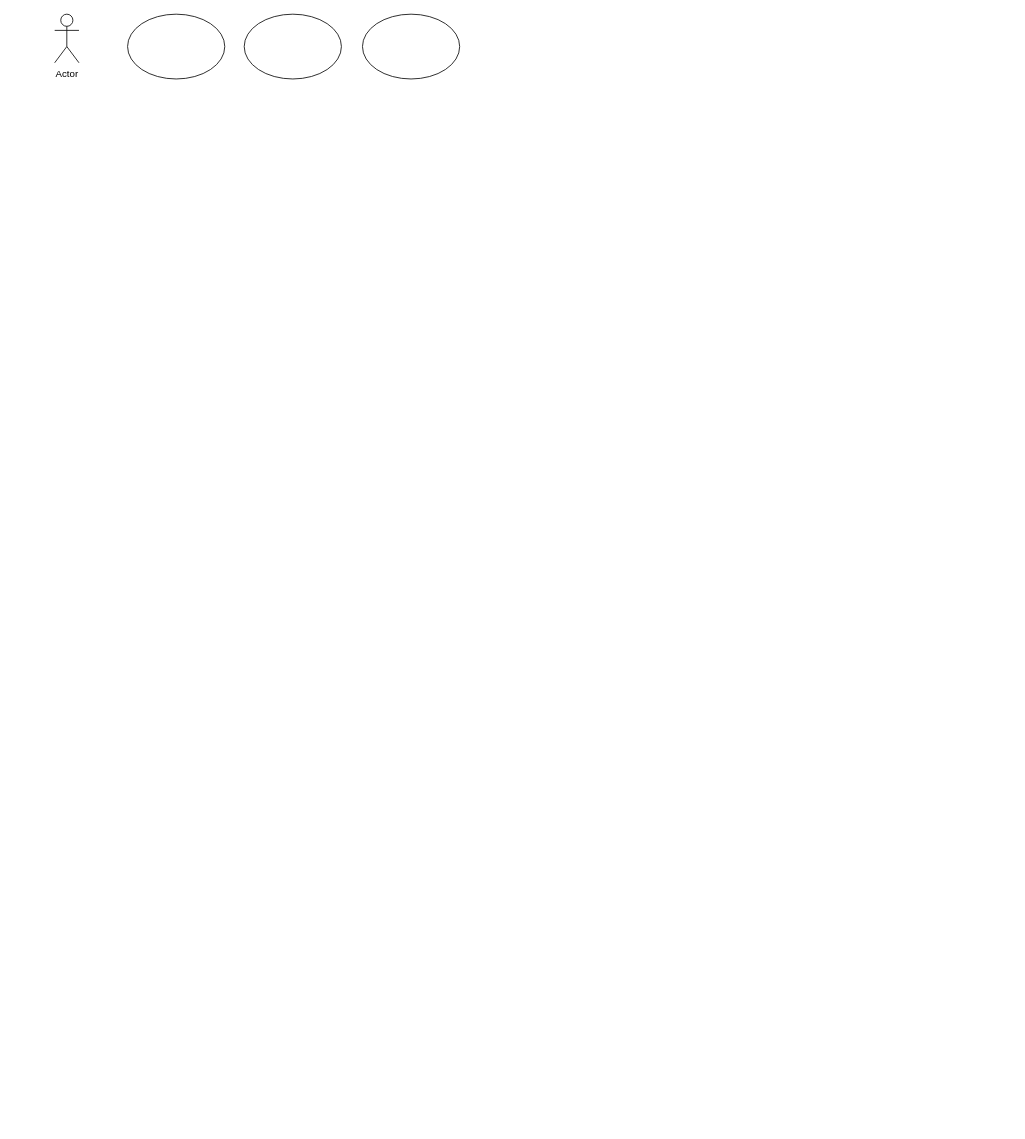
The draw.io diagram ortps_4_2.drawio in danaddi/draw.io, before the edit. Source tidied: cells renumbered, new cells numbered last; positions are measured from the earlier drawing's top-left corner, leaving out a move shared by most shapes. Both pictures are drawn from the tidied source at 81%, with x=0, y=0 at pixel (54, 14).
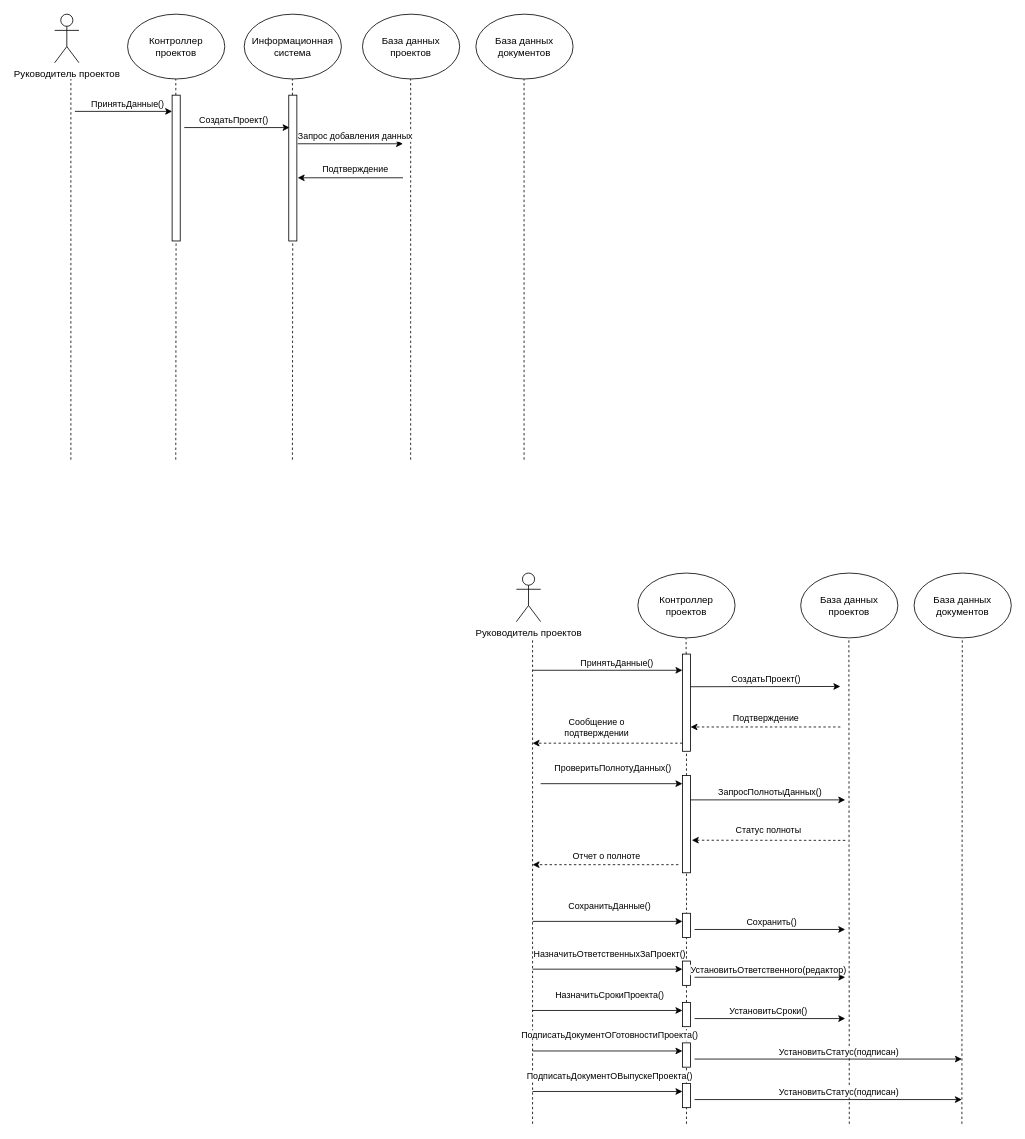
Above is the later version.

What changed in the source:
```diff
@@
-    <mxCell id="2" value="Actor" style="shape=umlActor;verticalLabelPosition=bottom;verticalAlign=top;html=1;" parent="1" vertex="1">
+    <mxCell id="2" value="Руководитель проектов" style="shape=umlActor;verticalLabelPosition=bottom;verticalAlign=top;html=1;" parent="1" vertex="1">
       <mxGeometry width="30" height="60" as="geometry" />
     </mxCell>
-    <mxCell id="3" style="ellipse;whiteSpace=wrap;html=1;" parent="1" vertex="1">
+    <mxCell id="3" value="Контроллер проектов" style="ellipse;whiteSpace=wrap;html=1;" parent="1" vertex="1">
       <mxGeometry x="90" width="120" height="80" as="geometry" />
     </mxCell>
-    <mxCell id="4" style="ellipse;whiteSpace=wrap;html=1;" parent="1" vertex="1">
+    <mxCell id="4" value="Информационная система" style="ellipse;whiteSpace=wrap;html=1;" parent="1" vertex="1">
       <mxGeometry x="234" width="120" height="80" as="geometry" />
     </mxCell>
-    <mxCell id="5" style="ellipse;whiteSpace=wrap;html=1;" parent="1" vertex="1">
+    <mxCell id="5" value="База данных проектов" style="ellipse;whiteSpace=wrap;html=1;" parent="1" vertex="1">
       <mxGeometry x="380" width="120" height="80" as="geometry" />
     </mxCell>
+    <mxCell id="6" style="endArrow=none;dashed=1;html=1;rounded=0;" parent="1" edge="1">
+      <mxGeometry relative="1" as="geometry">
+        <mxPoint x="20" y="550" as="sourcePoint" />
+        <mxPoint x="20" y="80" as="targetPoint" />
+      </mxGeometry>
+    </mxCell>
+    <mxCell id="7" style="endArrow=none;dashed=1;html=1;rounded=0;" parent="1" edge="1" source="19">
+      <mxGeometry relative="1" as="geometry">
+        <mxPoint x="149.5" y="80" as="targetPoint" />
+      </mxGeometry>
+    </mxCell>
+    <mxCell id="8" style="endArrow=none;dashed=1;html=1;rounded=0;" parent="1" edge="1" source="21">
+      <mxGeometry relative="1" as="geometry">
+        <mxPoint x="293.5" y="80" as="targetPoint" />
+      </mxGeometry>
+    </mxCell>
+    <mxCell id="9" style="endArrow=none;dashed=1;html=1;rounded=0;" parent="1" edge="1">
+      <mxGeometry relative="1" as="geometry">
+        <mxPoint x="439.5" y="550" as="sourcePoint" />
+        <mxPoint x="439.5" y="80" as="targetPoint" />
+      </mxGeometry>
+    </mxCell>
+    <mxCell id="10" style="endArrow=classic;html=1;rounded=0;" parent="1" edge="1">
+      <mxGeometry relative="1" as="geometry">
+        <mxPoint x="25" y="120" as="sourcePoint" />
+        <mxPoint x="145" y="120" as="targetPoint" />
+      </mxGeometry>
+    </mxCell>
+    <mxCell id="11" value="ПринятьДанные()" style="edgeLabel;html=1;align=center;verticalAlign=middle;" parent="10" vertex="1">
+      <mxGeometry x="0.21" relative="1" as="geometry">
+        <mxPoint x="-9" y="-10" as="offset" />
+      </mxGeometry>
+    </mxCell>
+    <mxCell id="12" style="endArrow=classic;html=1;rounded=0;" parent="1" edge="1">
+      <mxGeometry relative="1" as="geometry">
+        <mxPoint x="160" y="140" as="sourcePoint" />
+        <mxPoint x="290" y="140" as="targetPoint" />
+      </mxGeometry>
+    </mxCell>
+    <mxCell id="13" value="СоздатьПроект()" style="edgeLabel;html=1;align=center;verticalAlign=middle;" parent="12" vertex="1">
+      <mxGeometry x="0.21" relative="1" as="geometry">
+        <mxPoint x="-19" y="-10" as="offset" />
+      </mxGeometry>
+    </mxCell>
+    <mxCell id="14" style="endArrow=classic;html=1;rounded=0;" parent="1" edge="1">
+      <mxGeometry relative="1" as="geometry">
+        <mxPoint x="300" y="160" as="sourcePoint" />
+        <mxPoint x="430" y="160" as="targetPoint" />
+      </mxGeometry>
+    </mxCell>
+    <mxCell id="15" value="Запрос добавления данных" style="edgeLabel;html=1;align=center;verticalAlign=middle;" parent="14" vertex="1">
+      <mxGeometry x="0.21" relative="1" as="geometry">
+        <mxPoint x="-9" y="-10" as="offset" />
+      </mxGeometry>
+    </mxCell>
+    <mxCell id="16" style="endArrow=classic;html=1;rounded=0;" parent="1" edge="1">
+      <mxGeometry relative="1" as="geometry">
+        <mxPoint x="430" y="202" as="sourcePoint" />
+        <mxPoint x="300" y="202" as="targetPoint" />
+      </mxGeometry>
+    </mxCell>
+    <mxCell id="17" value="Подтверждение" style="edgeLabel;html=1;align=center;verticalAlign=middle;" parent="16" vertex="1">
+      <mxGeometry x="0.21" relative="1" as="geometry">
+        <mxPoint x="19" y="-12" as="offset" />
+      </mxGeometry>
+    </mxCell>
+    <mxCell id="18" style="endArrow=none;dashed=1;html=1;rounded=0;" parent="1" edge="1" target="19">
+      <mxGeometry relative="1" as="geometry">
+        <mxPoint x="149.5" y="550" as="sourcePoint" />
+      </mxGeometry>
+    </mxCell>
+    <mxCell id="19" style="rounded=0;whiteSpace=wrap;html=1;" parent="1" vertex="1">
+      <mxGeometry x="145" y="100" width="10" height="180" as="geometry" />
+    </mxCell>
+    <mxCell id="20" style="endArrow=none;dashed=1;html=1;rounded=0;" parent="1" edge="1" target="21">
+      <mxGeometry relative="1" as="geometry">
+        <mxPoint x="293.5" y="550" as="sourcePoint" />
+      </mxGeometry>
+    </mxCell>
+    <mxCell id="21" style="rounded=0;whiteSpace=wrap;html=1;" parent="1" vertex="1">
+      <mxGeometry x="289" y="100" width="10" height="180" as="geometry" />
+    </mxCell>
+    <mxCell id="22" value="База данных документов" style="ellipse;whiteSpace=wrap;html=1;" parent="1" vertex="1">
+      <mxGeometry x="520" width="120" height="80" as="geometry" />
+    </mxCell>
+    <mxCell id="23" style="endArrow=none;dashed=1;html=1;rounded=0;" parent="1" edge="1">
+      <mxGeometry relative="1" as="geometry">
+        <mxPoint x="579.5" y="550" as="sourcePoint" />
+        <mxPoint x="579.5" y="80" as="targetPoint" />
+      </mxGeometry>
+    </mxCell>
+    <mxCell id="24" value="Руководитель проектов" style="shape=umlActor;verticalLabelPosition=bottom;verticalAlign=top;html=1;" parent="1" vertex="1">
+      <mxGeometry x="570" y="690" width="30" height="60" as="geometry" />
+    </mxCell>
+    <mxCell id="25" value="Контроллер проектов" style="ellipse;whiteSpace=wrap;html=1;" parent="1" vertex="1">
+      <mxGeometry x="720" y="690" width="120" height="80" as="geometry" />
+    </mxCell>
+    <mxCell id="26" value="База данных проектов" style="ellipse;whiteSpace=wrap;html=1;" parent="1" vertex="1">
+      <mxGeometry x="921" y="690" width="120" height="80" as="geometry" />
+    </mxCell>
+    <mxCell id="27" style="endArrow=none;dashed=1;html=1;rounded=0;" parent="1" edge="1">
+      <mxGeometry relative="1" as="geometry">
+        <mxPoint x="590" y="1370" as="sourcePoint" />
+        <mxPoint x="590" y="770" as="targetPoint" />
+      </mxGeometry>
+    </mxCell>
+    <mxCell id="28" style="endArrow=none;dashed=1;html=1;rounded=0;" parent="1" edge="1" source="37">
+      <mxGeometry relative="1" as="geometry">
+        <mxPoint x="779.5" y="770" as="targetPoint" />
+      </mxGeometry>
+    </mxCell>
+    <mxCell id="29" style="endArrow=none;dashed=1;html=1;rounded=0;" parent="1" edge="1">
+      <mxGeometry relative="1" as="geometry">
+        <mxPoint x="981" y="1370" as="sourcePoint" />
+        <mxPoint x="980.5" y="770" as="targetPoint" />
+      </mxGeometry>
+    </mxCell>
+    <mxCell id="30" style="endArrow=classic;html=1;rounded=0;" parent="1" edge="1">
+      <mxGeometry relative="1" as="geometry">
+        <mxPoint x="590" y="810" as="sourcePoint" />
+        <mxPoint x="775" y="810" as="targetPoint" />
+      </mxGeometry>
+    </mxCell>
+    <mxCell id="31" value="ПринятьДанные()" style="edgeLabel;html=1;align=center;verticalAlign=middle;" parent="30" vertex="1">
+      <mxGeometry x="0.21" relative="1" as="geometry">
+        <mxPoint x="-9" y="-10" as="offset" />
+      </mxGeometry>
+    </mxCell>
+    <mxCell id="32" style="endArrow=classic;html=1;rounded=0;exitX=0.989;exitY=0.336;exitDx=0;exitDy=0;exitPerimeter=0;" parent="1" edge="1" source="37">
+      <mxGeometry relative="1" as="geometry">
+        <mxPoint x="970" y="830" as="targetPoint" />
+      </mxGeometry>
+    </mxCell>
+    <mxCell id="33" value="СоздатьПроект()" style="edgeLabel;html=1;align=center;verticalAlign=middle;" parent="32" vertex="1">
+      <mxGeometry x="0.21" relative="1" as="geometry">
+        <mxPoint x="-19" y="-10" as="offset" />
+      </mxGeometry>
+    </mxCell>
+    <mxCell id="34" style="endArrow=classic;html=1;rounded=0;dashed=1;entryX=1;entryY=0.75;entryDx=0;entryDy=0;" parent="1" edge="1" target="37">
+      <mxGeometry relative="1" as="geometry">
+        <mxPoint x="970" y="880" as="sourcePoint" />
+      </mxGeometry>
+    </mxCell>
+    <mxCell id="35" value="Подтверждение" style="edgeLabel;html=1;align=center;verticalAlign=middle;" parent="34" vertex="1">
+      <mxGeometry x="0.21" relative="1" as="geometry">
+        <mxPoint x="19" y="-12" as="offset" />
+      </mxGeometry>
+    </mxCell>
+    <mxCell id="36" style="endArrow=none;dashed=1;html=1;rounded=0;" parent="1" edge="1" source="43" target="37">
+      <mxGeometry relative="1" as="geometry" />
+    </mxCell>
+    <mxCell id="37" style="rounded=0;whiteSpace=wrap;html=1;" parent="1" vertex="1">
+      <mxGeometry x="775" y="790" width="10" height="120" as="geometry" />
+    </mxCell>
+    <mxCell id="38" value="База данных документов" style="ellipse;whiteSpace=wrap;html=1;" parent="1" vertex="1">
+      <mxGeometry x="1061" y="690" width="120" height="80" as="geometry" />
+    </mxCell>
+    <mxCell id="39" style="endArrow=none;dashed=1;html=1;rounded=0;" parent="1" edge="1">
+      <mxGeometry relative="1" as="geometry">
+        <mxPoint x="1120" y="1370" as="sourcePoint" />
+        <mxPoint x="1120.5" y="770" as="targetPoint" />
+      </mxGeometry>
+    </mxCell>
+    <mxCell id="40" style="endArrow=classic;html=1;rounded=0;" parent="1" edge="1">
+      <mxGeometry relative="1" as="geometry">
+        <mxPoint x="600" y="950" as="sourcePoint" />
+        <mxPoint x="775" y="950" as="targetPoint" />
+      </mxGeometry>
+    </mxCell>
+    <mxCell id="41" value="ПроверитьПолнотуДанных()" style="edgeLabel;html=1;align=center;verticalAlign=middle;" parent="40" vertex="1">
+      <mxGeometry x="0.21" relative="1" as="geometry">
+        <mxPoint x="-18" y="-20" as="offset" />
+      </mxGeometry>
+    </mxCell>
+    <mxCell id="42" style="endArrow=none;dashed=1;html=1;rounded=0;" parent="1" edge="1" target="43">
+      <mxGeometry relative="1" as="geometry">
+        <mxPoint x="780" y="1370" as="sourcePoint" />
+      </mxGeometry>
+    </mxCell>
+    <mxCell id="43" style="rounded=0;whiteSpace=wrap;html=1;" parent="1" vertex="1">
+      <mxGeometry x="775" y="940" width="10" height="120" as="geometry" />
+    </mxCell>
+    <mxCell id="44" style="endArrow=classic;html=1;rounded=0;exitX=1;exitY=0.25;exitDx=0;exitDy=0;" parent="1" edge="1" source="43">
+      <mxGeometry relative="1" as="geometry">
+        <mxPoint x="976" y="970" as="targetPoint" />
+      </mxGeometry>
+    </mxCell>
+    <mxCell id="45" value="ЗапросПолнотыДанных()" style="edgeLabel;html=1;align=center;verticalAlign=middle;" parent="44" vertex="1">
+      <mxGeometry x="0.21" relative="1" as="geometry">
+        <mxPoint x="-19" y="-10" as="offset" />
+      </mxGeometry>
+    </mxCell>
+    <mxCell id="46" style="endArrow=classic;html=1;rounded=0;dashed=1;" parent="1" edge="1">
+      <mxGeometry relative="1" as="geometry">
+        <mxPoint x="770" y="1050" as="sourcePoint" />
+        <mxPoint x="590" y="1050" as="targetPoint" />
+      </mxGeometry>
+    </mxCell>
+    <mxCell id="47" value="Отчет о полноте" style="edgeLabel;html=1;align=center;verticalAlign=middle;" parent="46" vertex="1">
+      <mxGeometry x="0.21" relative="1" as="geometry">
+        <mxPoint x="19" y="-12" as="offset" />
+      </mxGeometry>
+    </mxCell>
+    <mxCell id="48" style="endArrow=classic;html=1;rounded=0;dashed=1;entryX=1.158;entryY=0.665;entryDx=0;entryDy=0;entryPerimeter=0;" parent="1" edge="1" target="43">
+      <mxGeometry relative="1" as="geometry">
+        <mxPoint x="976" y="1020" as="sourcePoint" />
+      </mxGeometry>
+    </mxCell>
+    <mxCell id="49" value="Статус полноты" style="edgeLabel;html=1;align=center;verticalAlign=middle;" parent="48" vertex="1">
+      <mxGeometry x="0.21" relative="1" as="geometry">
+        <mxPoint x="19" y="-12" as="offset" />
+      </mxGeometry>
+    </mxCell>
+    <mxCell id="50" style="endArrow=classic;html=1;rounded=0;" parent="1" edge="1">
+      <mxGeometry relative="1" as="geometry">
+        <mxPoint x="590" y="1120" as="sourcePoint" />
+        <mxPoint x="775" y="1120" as="targetPoint" />
+      </mxGeometry>
+    </mxCell>
+    <mxCell id="51" value="СохранитьДанные()" style="edgeLabel;html=1;align=center;verticalAlign=middle;" parent="50" vertex="1">
+      <mxGeometry x="0.21" relative="1" as="geometry">
+        <mxPoint x="-18" y="-20" as="offset" />
+      </mxGeometry>
+    </mxCell>
+    <mxCell id="52" style="rounded=0;whiteSpace=wrap;html=1;" parent="1" vertex="1">
+      <mxGeometry x="775" y="1110" width="10" height="30" as="geometry" />
+    </mxCell>
+    <mxCell id="53" style="endArrow=classic;html=1;rounded=0;" parent="1" edge="1">
+      <mxGeometry relative="1" as="geometry">
+        <mxPoint x="790" y="1130" as="sourcePoint" />
+        <mxPoint x="976" y="1130" as="targetPoint" />
+      </mxGeometry>
+    </mxCell>
+    <mxCell id="54" value="Сохранить()" style="edgeLabel;html=1;align=center;verticalAlign=middle;" parent="53" vertex="1">
+      <mxGeometry x="0.21" relative="1" as="geometry">
+        <mxPoint x="-19" y="-10" as="offset" />
+      </mxGeometry>
+    </mxCell>
+    <mxCell id="55" style="endArrow=classic;html=1;rounded=0;dashed=1;" parent="1" edge="1">
+      <mxGeometry relative="1" as="geometry">
+        <mxPoint x="775" y="900" as="sourcePoint" />
+        <mxPoint x="590" y="900" as="targetPoint" />
+      </mxGeometry>
+    </mxCell>
+    <mxCell id="56" value="Сообщение о&lt;div&gt;подтверждении&lt;/div&gt;" style="edgeLabel;html=1;align=center;verticalAlign=middle;" parent="55" vertex="1">
+      <mxGeometry x="0.21" relative="1" as="geometry">
+        <mxPoint x="5" y="-20" as="offset" />
+      </mxGeometry>
+    </mxCell>
+    <mxCell id="57" style="endArrow=classic;html=1;rounded=0;" parent="1" edge="1">
+      <mxGeometry relative="1" as="geometry">
+        <mxPoint x="590" y="1179" as="sourcePoint" />
+        <mxPoint x="775" y="1179" as="targetPoint" />
+      </mxGeometry>
+    </mxCell>
+    <mxCell id="58" value="НазначитьОтветственныхЗаПроект()" style="edgeLabel;html=1;align=center;verticalAlign=middle;" parent="57" vertex="1">
+      <mxGeometry x="0.21" relative="1" as="geometry">
+        <mxPoint x="-18" y="-20" as="offset" />
+      </mxGeometry>
+    </mxCell>
+    <mxCell id="59" style="rounded=0;whiteSpace=wrap;html=1;" parent="1" vertex="1">
+      <mxGeometry x="775" y="1169" width="10" height="30" as="geometry" />
+    </mxCell>
+    <mxCell id="60" style="endArrow=classic;html=1;rounded=0;" parent="1" edge="1">
+      <mxGeometry relative="1" as="geometry">
+        <mxPoint x="790" y="1189" as="sourcePoint" />
+        <mxPoint x="976" y="1189" as="targetPoint" />
+      </mxGeometry>
+    </mxCell>
+    <mxCell id="61" value="УстановитьОтветственного(редактор)" style="edgeLabel;html=1;align=center;verticalAlign=middle;" parent="60" vertex="1">
+      <mxGeometry x="0.21" relative="1" as="geometry">
+        <mxPoint x="-23" y="-10" as="offset" />
+      </mxGeometry>
+    </mxCell>
+    <mxCell id="62" style="endArrow=classic;html=1;rounded=0;" parent="1" edge="1">
+      <mxGeometry relative="1" as="geometry">
+        <mxPoint x="590" y="1230" as="sourcePoint" />
+        <mxPoint x="775" y="1230" as="targetPoint" />
+      </mxGeometry>
+    </mxCell>
+    <mxCell id="63" value="НазначитьСрокиПроекта()" style="edgeLabel;html=1;align=center;verticalAlign=middle;" parent="62" vertex="1">
+      <mxGeometry x="0.21" relative="1" as="geometry">
+        <mxPoint x="-18" y="-20" as="offset" />
+      </mxGeometry>
+    </mxCell>
+    <mxCell id="64" style="rounded=0;whiteSpace=wrap;html=1;" parent="1" vertex="1">
+      <mxGeometry x="775" y="1220" width="10" height="30" as="geometry" />
+    </mxCell>
+    <mxCell id="65" style="endArrow=classic;html=1;rounded=0;" parent="1" edge="1">
+      <mxGeometry relative="1" as="geometry">
+        <mxPoint x="790" y="1240" as="sourcePoint" />
+        <mxPoint x="976" y="1240" as="targetPoint" />
+      </mxGeometry>
+    </mxCell>
+    <mxCell id="66" value="УстановитьСроки()" style="edgeLabel;html=1;align=center;verticalAlign=middle;" parent="65" vertex="1">
+      <mxGeometry x="0.21" relative="1" as="geometry">
+        <mxPoint x="-23" y="-10" as="offset" />
+      </mxGeometry>
+    </mxCell>
+    <mxCell id="67" style="endArrow=classic;html=1;rounded=0;" parent="1" edge="1">
+      <mxGeometry relative="1" as="geometry">
+        <mxPoint x="590" y="1280" as="sourcePoint" />
+        <mxPoint x="775" y="1280" as="targetPoint" />
+      </mxGeometry>
+    </mxCell>
+    <mxCell id="68" value="ПодписатьДокументОГотовностиПроекта()" style="edgeLabel;html=1;align=center;verticalAlign=middle;" parent="67" vertex="1">
+      <mxGeometry x="0.21" relative="1" as="geometry">
+        <mxPoint x="-18" y="-20" as="offset" />
+      </mxGeometry>
+    </mxCell>
+    <mxCell id="69" style="rounded=0;whiteSpace=wrap;html=1;" parent="1" vertex="1">
+      <mxGeometry x="775" y="1270" width="10" height="30" as="geometry" />
+    </mxCell>
+    <mxCell id="70" style="endArrow=classic;html=1;rounded=0;" parent="1" edge="1">
+      <mxGeometry relative="1" as="geometry">
+        <mxPoint x="790" y="1290" as="sourcePoint" />
+        <mxPoint x="1120" y="1290" as="targetPoint" />
+      </mxGeometry>
+    </mxCell>
+    <mxCell id="71" value="УстановитьСтатус(подписан)" style="edgeLabel;html=1;align=center;verticalAlign=middle;" parent="70" vertex="1">
+      <mxGeometry x="0.21" relative="1" as="geometry">
+        <mxPoint x="-23" y="-10" as="offset" />
+      </mxGeometry>
+    </mxCell>
+    <mxCell id="72" style="endArrow=classic;html=1;rounded=0;" parent="1" edge="1">
+      <mxGeometry relative="1" as="geometry">
+        <mxPoint x="590" y="1330" as="sourcePoint" />
+        <mxPoint x="775" y="1330" as="targetPoint" />
+      </mxGeometry>
+    </mxCell>
+    <mxCell id="73" value="ПодписатьДокументОВыпускеПроекта()" style="edgeLabel;html=1;align=center;verticalAlign=middle;" parent="72" vertex="1">
+      <mxGeometry x="0.21" relative="1" as="geometry">
+        <mxPoint x="-18" y="-20" as="offset" />
+      </mxGeometry>
+    </mxCell>
+    <mxCell id="74" style="rounded=0;whiteSpace=wrap;html=1;" parent="1" vertex="1">
+      <mxGeometry x="775" y="1320" width="10" height="30" as="geometry" />
+    </mxCell>
+    <mxCell id="75" style="endArrow=classic;html=1;rounded=0;" parent="1" edge="1">
+      <mxGeometry relative="1" as="geometry">
+        <mxPoint x="790" y="1340" as="sourcePoint" />
+        <mxPoint x="1120" y="1340" as="targetPoint" />
+      </mxGeometry>
+    </mxCell>
+    <mxCell id="76" value="УстановитьСтатус(подписан)" style="edgeLabel;html=1;align=center;verticalAlign=middle;" parent="75" vertex="1">
+      <mxGeometry x="0.21" relative="1" as="geometry">
+        <mxPoint x="-23" y="-10" as="offset" />
+      </mxGeometry>
+    </mxCell>
```
